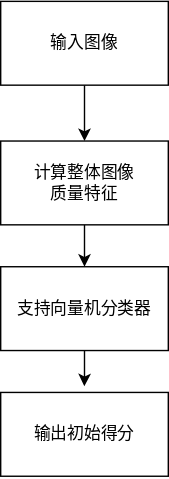
hrf666666/FlowCharts keeps this draw.io diagram as spatial_IQAv2.drawio.svg. Above is the earlier version. Source tidied: cells renumbered, new cells last; positions are measured from the earlier drawing's top-left corner, leaving out a move shared by most shapes.
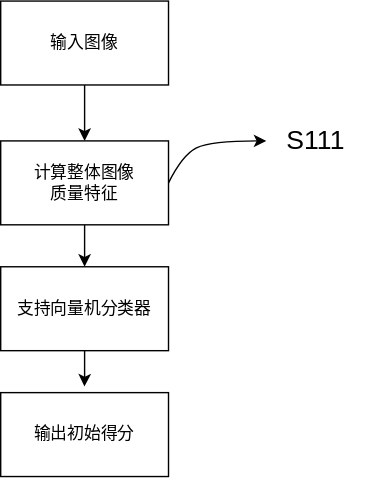
The same file after the commit.

The edit, as a diff of the source:
```diff
@@ -23,5 +23,18 @@
     <mxCell id="8" value="计算整体图像&lt;br&gt;质量特征" style="rounded=0;whiteSpace=wrap;html=1;" parent="1" vertex="1">
       <mxGeometry y="100" width="120" height="60" as="geometry" />
     </mxCell>
+    <mxCell id="9" style="curved=1;endArrow=classic;html=1;rounded=0;" parent="1" edge="1">
+      <mxGeometry relative="1" as="geometry">
+        <mxPoint x="120" y="130" as="sourcePoint" />
+        <mxPoint x="190" y="100" as="targetPoint" />
+        <Array as="points">
+          <mxPoint x="130" y="110" />
+          <mxPoint x="150" y="100" />
+        </Array>
+      </mxGeometry>
+    </mxCell>
+    <mxCell id="10" value="S111" style="text;html=1;align=center;verticalAlign=middle;strokeColor=none;fillColor=none;fontSize=19;" parent="1" vertex="1">
+      <mxGeometry x="190" y="80" width="70" height="40" as="geometry" />
+    </mxCell>
   </root>
 </mxGraphModel>
```
